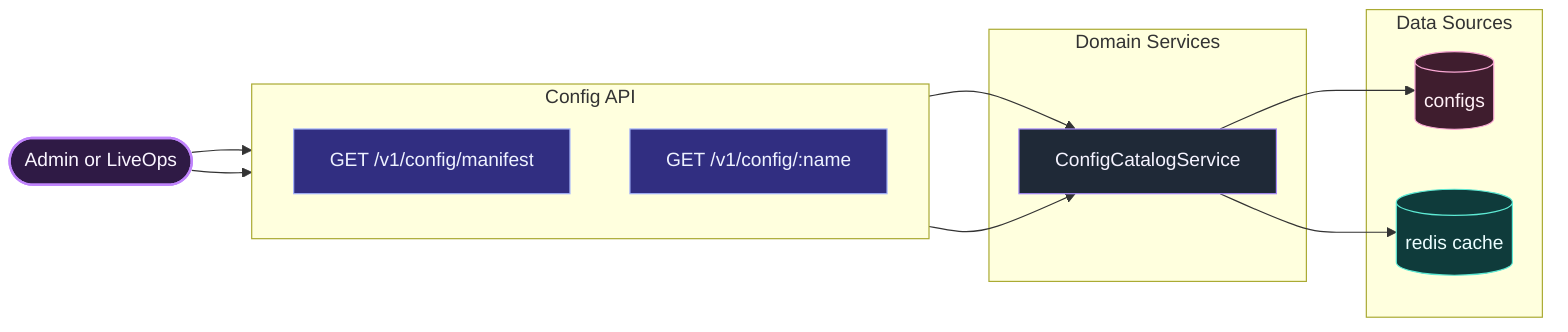
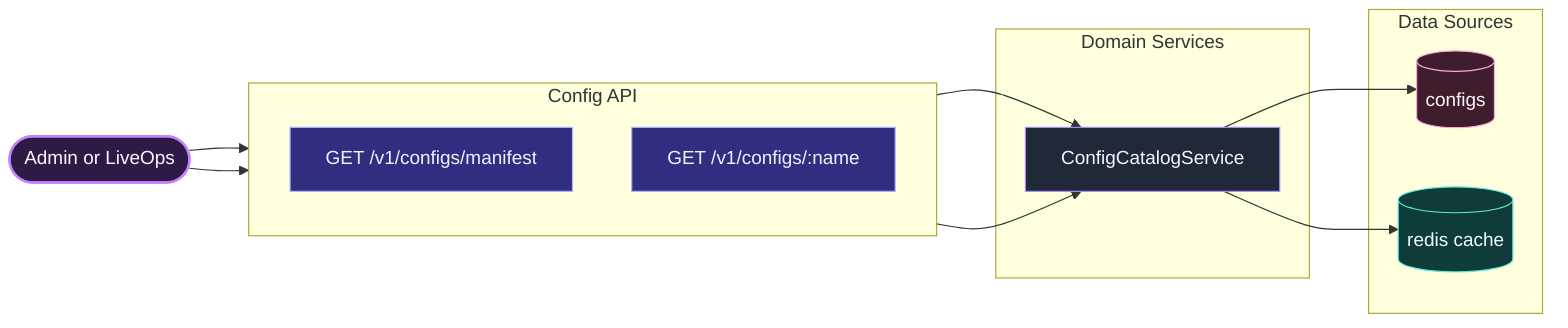
flowchart LR
  classDef actor fill:#2f1a45,stroke:#c084fc,stroke-width:2px,color:#faf5ff;
  classDef endpoint fill:#312e81,stroke:#a5b4fc,stroke-width:1px,color:#eef2ff;
  classDef service fill:#1f2937,stroke:#a78bfa,stroke-width:1px,color:#f5f3ff;
  classDef db fill:#3f1d2e,stroke:#f9a8d4,stroke-width:1px,color:#fff1f7;
  classDef cache fill:#0f3b3b,stroke:#5eead4,stroke-width:1px,color:#ecfeff;

  A([Admin or LiveOps])

  subgraph API[Config API]
    direction TB
-     C1[GET /v1/config/manifest]
-     C2[GET /v1/config/:name]
+     C1[GET /v1/configs/manifest]
+     C2[GET /v1/configs/:name]
  end

  subgraph APP[Domain Services]
    CAS[ConfigCatalogService]
  end

  subgraph DATA[Data Sources]
    CFG[(configs)]
    Redis[(redis cache)]
  end

  A --> C1 --> CAS
  A --> C2 --> CAS
  CAS --> CFG
  CAS --> Redis

  class A actor;
  class C1,C2 endpoint;
  class CAS service;
  class CFG db;
  class Redis cache;
